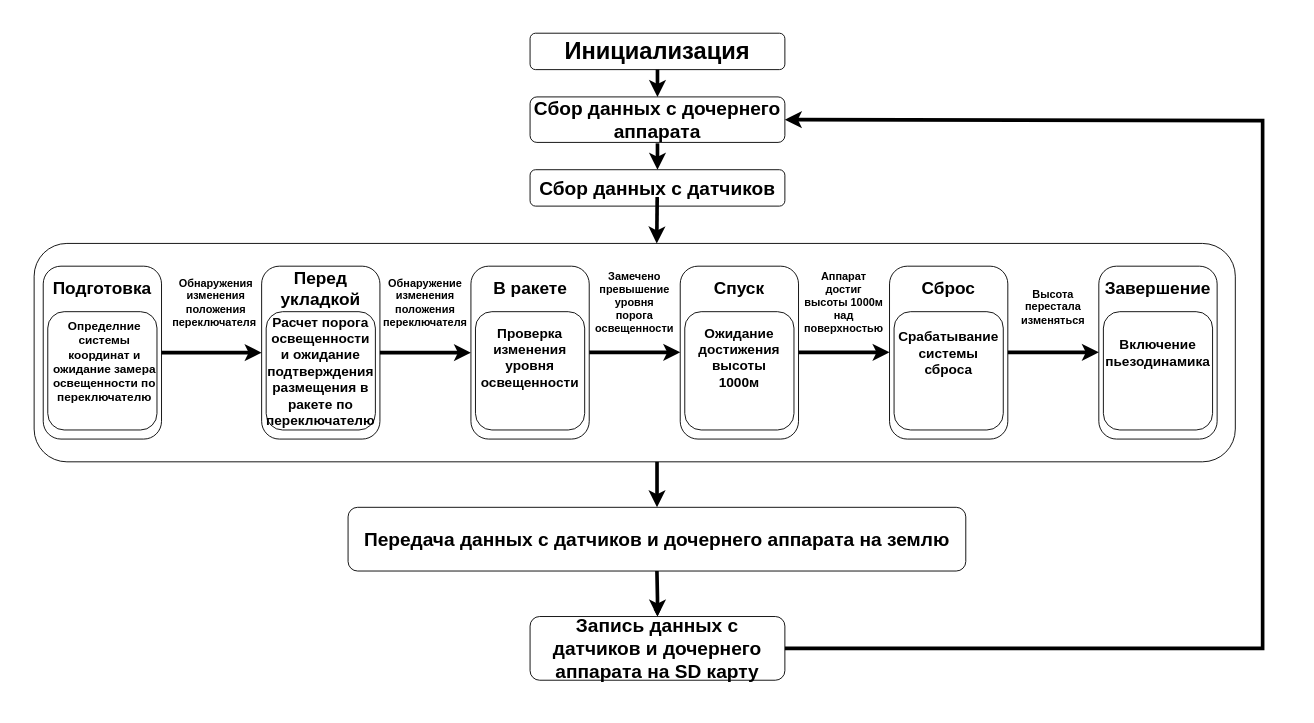
Above: doc/алгоритм работы аппарата ма.drawio in cansat-tsniimash/cansat-KNPN-S (draw.io), before the change. Source tidied: cells renumbered, new cells numbered last; positions are measured from the earlier drawing's top-left corner, leaving out a move shared by most shapes. Both pictures are drawn from the tidied source at 91%, with x=0, y=0 at pixel (15, 15).
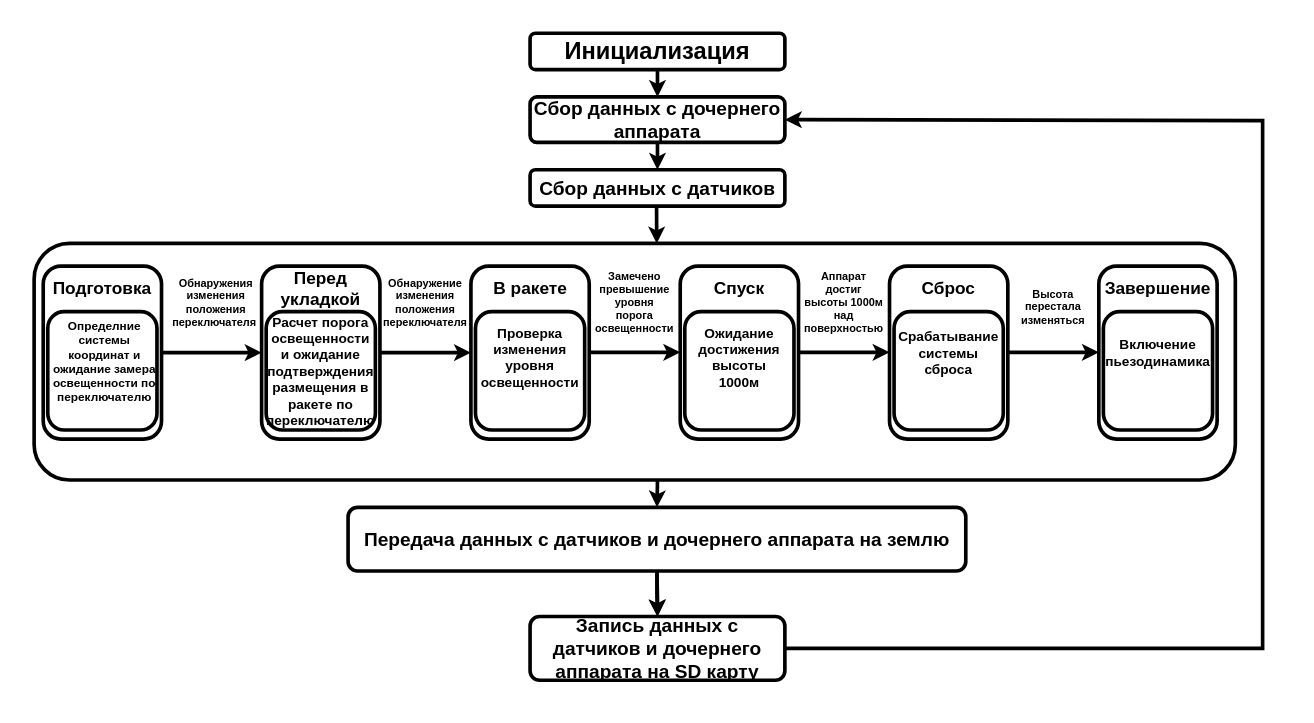
The same diagram, later.

What changed in the source:
```diff
@@
-    <mxCell id="2" style="rounded=1;whiteSpace=wrap;html=1;fillColor=#ffffff;strokeColor=none;strokeWidth=11;" parent="1" vertex="1">
-      <mxGeometry width="1410" height="760" as="geometry" />
-    </mxCell>
-    <mxCell id="3" style="rounded=1;whiteSpace=wrap;html=1;fillColor=default;" parent="1" vertex="1">
+    <mxCell id="3" style="rounded=1;whiteSpace=wrap;html=1;fillColor=default;strokeWidth=4;" parent="1" vertex="1">
       <mxGeometry x="565" y="19" width="280" height="40" as="geometry" />
     </mxCell>
-    <mxCell id="4" value="&lt;b&gt;Инициализация&lt;/b&gt;" style="text;html=1;align=center;verticalAlign=middle;whiteSpace=wrap;rounded=0;fontSize=26;" parent="1" vertex="1">
+    <mxCell id="4" value="&lt;b&gt;Инициализация&lt;/b&gt;" style="text;html=1;align=center;verticalAlign=middle;whiteSpace=wrap;rounded=0;fontSize=26;strokeWidth=4;" parent="1" vertex="1">
       <mxGeometry x="675" y="24" width="60" height="30" as="geometry" />
     </mxCell>
-    <mxCell id="5" value="&lt;b&gt;&lt;font style=&quot;font-size: 21px;&quot;&gt;Сбор данных с дочернего аппарата&lt;/font&gt;&lt;/b&gt;" style="rounded=1;whiteSpace=wrap;html=1;fillColor=default;" parent="1" vertex="1">
+    <mxCell id="5" value="&lt;b&gt;&lt;font style=&quot;font-size: 21px;&quot;&gt;Сбор данных с дочернего аппарата&lt;/font&gt;&lt;/b&gt;" style="rounded=1;whiteSpace=wrap;html=1;fillColor=default;strokeWidth=4;" parent="1" vertex="1">
       <mxGeometry x="565" y="89" width="280" height="50" as="geometry" />
     </mxCell>
@@
-    <mxCell id="7" style="rounded=1;whiteSpace=wrap;html=1;fillColor=default;" parent="1" vertex="1">
-      <mxGeometry x="20" y="250" width="1320" height="240" as="geometry" />
+    <mxCell id="7" style="rounded=1;whiteSpace=wrap;html=1;fillColor=default;strokeWidth=4;" parent="1" vertex="1">
+      <mxGeometry x="20" y="250" width="1320" height="260" as="geometry" />
     </mxCell>
@@
-    <mxCell id="9" style="endArrow=classic;html=1;rounded=0;exitX=0.5;exitY=1;exitDx=0;exitDy=0;entryX=0.5;entryY=0;entryDx=0;entryDy=0;fontSize=15;strokeWidth=4;strokeColor=#000000;" parent="1" edge="1">
+    <mxCell id="9" style="endArrow=classic;html=1;rounded=0;entryX=0.5;entryY=0;entryDx=0;entryDy=0;fontSize=15;strokeWidth=4;strokeColor=#000000;" parent="1" edge="1">
       <mxGeometry relative="1" as="geometry">
-        <mxPoint x="704.5" y="490" as="sourcePoint" />
+        <mxPoint x="705" y="510" as="sourcePoint" />
         <mxPoint x="704.5" y="540" as="targetPoint" />
       </mxGeometry>
     </mxCell>
-    <mxCell id="10" style="edgeStyle=orthogonalEdgeStyle;rounded=0;jettySize=auto;html=1;" parent="1" edge="1" source="11" target="13">
+    <mxCell id="10" style="edgeStyle=orthogonalEdgeStyle;rounded=0;jettySize=auto;html=1;strokeWidth=4;" parent="1" edge="1" source="11" target="13">
       <mxGeometry relative="1" as="geometry" />
     </mxCell>
-    <mxCell id="11" value="&lt;span style=&quot;font-size: 21px;&quot;&gt;&lt;b&gt;Передача данных с датчиков и дочернего аппарата на землю&lt;/b&gt;&lt;/span&gt;" style="rounded=1;whiteSpace=wrap;html=1;fillColor=default;" parent="1" vertex="1">
+    <mxCell id="11" value="&lt;span style=&quot;font-size: 21px;&quot;&gt;&lt;b&gt;Передача данных с датчиков и дочернего аппарата на землю&lt;/b&gt;&lt;/span&gt;" style="rounded=1;whiteSpace=wrap;html=1;fillColor=default;strokeWidth=4;" parent="1" vertex="1">
       <mxGeometry x="365" y="540" width="678.8" height="70" as="geometry" />
     </mxCell>
@@
-    <mxCell id="13" value="&lt;b&gt;&lt;font style=&quot;font-size: 21px;&quot;&gt;Запись данных с датчиков и дочернего аппарата на SD карту&lt;/font&gt;&lt;/b&gt;" style="rounded=1;whiteSpace=wrap;html=1;fillColor=default;" parent="1" vertex="1">
+    <mxCell id="13" value="&lt;b&gt;&lt;font style=&quot;font-size: 21px;&quot;&gt;Запись данных с датчиков и дочернего аппарата на SD карту&lt;/font&gt;&lt;/b&gt;" style="rounded=1;whiteSpace=wrap;html=1;fillColor=default;strokeWidth=4;" parent="1" vertex="1">
       <mxGeometry x="565" y="660" width="280" height="70" as="geometry" />
     </mxCell>
@@
-    <mxCell id="15" style="rounded=1;whiteSpace=wrap;html=1;" parent="1" vertex="1">
+    <mxCell id="15" style="rounded=1;whiteSpace=wrap;html=1;strokeWidth=4;" parent="1" vertex="1">
       <mxGeometry x="270" y="275" width="130" height="190" as="geometry" />
     </mxCell>
-    <mxCell id="16" style="rounded=1;whiteSpace=wrap;html=1;" parent="1" vertex="1">
+    <mxCell id="16" style="rounded=1;whiteSpace=wrap;html=1;strokeWidth=4;" parent="1" vertex="1">
       <mxGeometry x="500" y="275" width="130" height="190" as="geometry" />
     </mxCell>
-    <mxCell id="17" style="rounded=1;whiteSpace=wrap;html=1;" parent="1" vertex="1">
+    <mxCell id="17" style="rounded=1;whiteSpace=wrap;html=1;strokeWidth=4;" parent="1" vertex="1">
       <mxGeometry x="730" y="275" width="130" height="190" as="geometry" />
     </mxCell>
-    <mxCell id="18" style="rounded=1;whiteSpace=wrap;html=1;" parent="1" vertex="1">
+    <mxCell id="18" style="rounded=1;whiteSpace=wrap;html=1;strokeWidth=4;" parent="1" vertex="1">
       <mxGeometry x="960" y="275" width="130" height="190" as="geometry" />
     </mxCell>
-    <mxCell id="19" value="Перед укладкой" style="text;html=1;align=center;verticalAlign=middle;whiteSpace=wrap;rounded=0;fontStyle=1;fontSize=19;" parent="1" vertex="1">
+    <mxCell id="19" value="Перед укладкой" style="text;html=1;align=center;verticalAlign=middle;whiteSpace=wrap;rounded=0;fontStyle=1;fontSize=19;strokeWidth=4;" parent="1" vertex="1">
       <mxGeometry x="305" y="285" width="60" height="30" as="geometry" />
     </mxCell>
-    <mxCell id="20" style="rounded=1;whiteSpace=wrap;html=1;" parent="1" vertex="1">
+    <mxCell id="20" style="rounded=1;whiteSpace=wrap;html=1;strokeWidth=4;" parent="1" vertex="1">
       <mxGeometry x="275" y="325" width="120" height="130" as="geometry" />
     </mxCell>
-    <mxCell id="21" value="В ракете" style="text;html=1;align=center;verticalAlign=middle;whiteSpace=wrap;rounded=0;fontStyle=1;fontSize=19;" parent="1" vertex="1">
+    <mxCell id="21" value="В ракете" style="text;html=1;align=center;verticalAlign=middle;whiteSpace=wrap;rounded=0;fontStyle=1;fontSize=19;strokeWidth=4;" parent="1" vertex="1">
       <mxGeometry x="517.5" y="285" width="95" height="30" as="geometry" />
     </mxCell>
-    <mxCell id="22" style="rounded=1;whiteSpace=wrap;html=1;" parent="1" vertex="1">
+    <mxCell id="22" style="rounded=1;whiteSpace=wrap;html=1;strokeWidth=4;" parent="1" vertex="1">
       <mxGeometry x="505" y="325" width="120" height="130" as="geometry" />
     </mxCell>
-    <mxCell id="23" style="rounded=1;whiteSpace=wrap;html=1;" parent="1" vertex="1">
+    <mxCell id="23" style="rounded=1;whiteSpace=wrap;html=1;strokeWidth=4;" parent="1" vertex="1">
       <mxGeometry x="735" y="325" width="120" height="130" as="geometry" />
     </mxCell>
-    <mxCell id="24" style="rounded=1;whiteSpace=wrap;html=1;" parent="1" vertex="1">
+    <mxCell id="24" style="rounded=1;whiteSpace=wrap;html=1;strokeWidth=4;" parent="1" vertex="1">
       <mxGeometry x="965" y="325" width="120" height="130" as="geometry" />
     </mxCell>
-    <mxCell id="25" value="Спуск" style="text;html=1;align=center;verticalAlign=middle;whiteSpace=wrap;rounded=0;fontStyle=1;fontSize=19;" parent="1" vertex="1">
+    <mxCell id="25" value="Спуск" style="text;html=1;align=center;verticalAlign=middle;whiteSpace=wrap;rounded=0;fontStyle=1;fontSize=19;strokeWidth=4;" parent="1" vertex="1">
       <mxGeometry x="765" y="285" width="60" height="30" as="geometry" />
     </mxCell>
-    <mxCell id="26" value="Сброс" style="text;html=1;align=center;verticalAlign=middle;whiteSpace=wrap;rounded=0;fontStyle=1;fontSize=19;" parent="1" vertex="1">
+    <mxCell id="26" value="Сброс" style="text;html=1;align=center;verticalAlign=middle;whiteSpace=wrap;rounded=0;fontStyle=1;fontSize=19;strokeWidth=4;" parent="1" vertex="1">
       <mxGeometry x="995" y="285" width="60" height="30" as="geometry" />
     </mxCell>
-    <mxCell id="27" style="rounded=1;whiteSpace=wrap;html=1;" parent="1" vertex="1">
+    <mxCell id="27" style="rounded=1;whiteSpace=wrap;html=1;strokeWidth=4;" parent="1" vertex="1">
       <mxGeometry x="1190" y="275" width="130" height="190" as="geometry" />
     </mxCell>
-    <mxCell id="28" style="rounded=1;whiteSpace=wrap;html=1;" parent="1" vertex="1">
+    <mxCell id="28" style="rounded=1;whiteSpace=wrap;html=1;strokeWidth=4;" parent="1" vertex="1">
       <mxGeometry x="1195" y="325" width="120" height="130" as="geometry" />
     </mxCell>
-    <mxCell id="29" value="Завершение" style="text;html=1;align=center;verticalAlign=middle;whiteSpace=wrap;rounded=0;fontStyle=1;fontSize=19;" parent="1" vertex="1">
+    <mxCell id="29" value="Завершение" style="text;html=1;align=center;verticalAlign=middle;whiteSpace=wrap;rounded=0;fontStyle=1;fontSize=19;strokeWidth=4;" parent="1" vertex="1">
       <mxGeometry x="1225" y="285" width="60" height="30" as="geometry" />
     </mxCell>
-    <mxCell id="30" value="&lt;font&gt;Расчет порога освещенности и&amp;nbsp;ожидание подтверждения размещения в ракете по переключателю&lt;/font&gt;" style="text;html=1;align=center;verticalAlign=middle;whiteSpace=wrap;rounded=0;fontStyle=1;fontSize=15;" parent="1" vertex="1">
+    <mxCell id="30" value="&lt;font&gt;Расчет порога освещенности и&amp;nbsp;ожидание подтверждения размещения в ракете по переключателю&lt;/font&gt;" style="text;html=1;align=center;verticalAlign=middle;whiteSpace=wrap;rounded=0;fontStyle=1;fontSize=15;strokeWidth=4;" parent="1" vertex="1">
       <mxGeometry x="295" y="370" width="80" height="40" as="geometry" />
     </mxCell>
-    <mxCell id="31" value="Проверка изменения уровня освещенности" style="text;html=1;align=center;verticalAlign=middle;whiteSpace=wrap;rounded=0;fontStyle=1;fontSize=15;" parent="1" vertex="1">
+    <mxCell id="31" value="Проверка изменения уровня освещенности" style="text;html=1;align=center;verticalAlign=middle;whiteSpace=wrap;rounded=0;fontStyle=1;fontSize=15;strokeWidth=4;" parent="1" vertex="1">
       <mxGeometry x="525" y="355" width="80" height="40" as="geometry" />
     </mxCell>
-    <mxCell id="32" value="Ожидание достижения высоты 1000м" style="text;html=1;align=center;verticalAlign=middle;whiteSpace=wrap;rounded=0;fontStyle=1;fontSize=15;" parent="1" vertex="1">
+    <mxCell id="32" value="Ожидание достижения высоты 1000м" style="text;html=1;align=center;verticalAlign=middle;whiteSpace=wrap;rounded=0;fontStyle=1;fontSize=15;strokeWidth=4;" parent="1" vertex="1">
       <mxGeometry x="755" y="355" width="80" height="40" as="geometry" />
     </mxCell>
-    <mxCell id="33" value="Срабатывание системы сброса" style="text;html=1;align=center;verticalAlign=middle;whiteSpace=wrap;rounded=0;fontStyle=1;fontSize=15;" parent="1" vertex="1">
+    <mxCell id="33" value="Срабатывание системы сброса" style="text;html=1;align=center;verticalAlign=middle;whiteSpace=wrap;rounded=0;fontStyle=1;fontSize=15;strokeWidth=4;" parent="1" vertex="1">
       <mxGeometry x="985" y="350" width="80" height="40" as="geometry" />
     </mxCell>
-    <mxCell id="34" value="Включение пьезодинамика" style="text;html=1;align=center;verticalAlign=middle;whiteSpace=wrap;rounded=0;fontStyle=1;fontSize=15;" parent="1" vertex="1">
+    <mxCell id="34" value="Включение пьезодинамика" style="text;html=1;align=center;verticalAlign=middle;whiteSpace=wrap;rounded=0;fontStyle=1;fontSize=15;strokeWidth=4;" parent="1" vertex="1">
       <mxGeometry x="1215" y="350" width="80" height="40" as="geometry" />
     </mxCell>
@@
-    <mxCell id="36" value="Обнаружение изменения положения переключателя" style="text;html=1;align=center;verticalAlign=middle;whiteSpace=wrap;rounded=0;fontStyle=1;fontSize=12;" parent="1" vertex="1">
+    <mxCell id="36" value="Обнаружение изменения положения переключателя" style="text;html=1;align=center;verticalAlign=middle;whiteSpace=wrap;rounded=0;fontStyle=1;fontSize=12;strokeWidth=4;" parent="1" vertex="1">
       <mxGeometry x="410" y="295" width="80" height="40" as="geometry" />
     </mxCell>
@@
-    <mxCell id="40" value="Замечено превышение уровня&lt;div&gt;порога освещенности&lt;/div&gt;" style="text;html=1;align=center;verticalAlign=middle;whiteSpace=wrap;rounded=0;fontStyle=1;fontSize=12;" parent="1" vertex="1">
+    <mxCell id="40" value="Замечено превышение уровня&lt;div&gt;порога освещенности&lt;/div&gt;" style="text;html=1;align=center;verticalAlign=middle;whiteSpace=wrap;rounded=0;fontStyle=1;fontSize=12;strokeWidth=4;" parent="1" vertex="1">
       <mxGeometry x="640" y="295" width="80" height="40" as="geometry" />
     </mxCell>
-    <mxCell id="41" value="Аппарат достиг высоты 1000м над поверхностью" style="text;html=1;align=center;verticalAlign=middle;whiteSpace=wrap;rounded=0;fontStyle=1;fontSize=12;" parent="1" vertex="1">
+    <mxCell id="41" value="Аппарат достиг высоты 1000м над поверхностью" style="text;html=1;align=center;verticalAlign=middle;whiteSpace=wrap;rounded=0;fontStyle=1;fontSize=12;strokeWidth=4;" parent="1" vertex="1">
       <mxGeometry x="870" y="295" width="80" height="40" as="geometry" />
     </mxCell>
-    <mxCell id="42" value="Высота перестала изменяться" style="text;html=1;align=center;verticalAlign=middle;whiteSpace=wrap;rounded=0;fontStyle=1;fontSize=12;" parent="1" vertex="1">
+    <mxCell id="42" value="Высота перестала изменяться" style="text;html=1;align=center;verticalAlign=middle;whiteSpace=wrap;rounded=0;fontStyle=1;fontSize=12;strokeWidth=4;" parent="1" vertex="1">
       <mxGeometry x="1100" y="300" width="80" height="40" as="geometry" />
     </mxCell>
-    <mxCell id="43" value="&lt;b&gt;&lt;font style=&quot;font-size: 21px;&quot;&gt;Сбор данных с датчиков&lt;/font&gt;&lt;/b&gt;" style="rounded=1;whiteSpace=wrap;html=1;fillColor=default;" parent="1" vertex="1">
+    <mxCell id="43" value="&lt;b&gt;&lt;font style=&quot;font-size: 21px;&quot;&gt;Сбор данных с датчиков&lt;/font&gt;&lt;/b&gt;" style="rounded=1;whiteSpace=wrap;html=1;fillColor=default;strokeWidth=4;" parent="1" vertex="1">
       <mxGeometry x="565" y="169" width="280" height="40" as="geometry" />
     </mxCell>
-    <mxCell id="44" style="endArrow=classic;html=1;rounded=0;exitX=0.5;exitY=1;exitDx=0;exitDy=0;fontSize=15;strokeWidth=4;strokeColor=#000000;entryX=0.56;entryY=0.004;entryDx=0;entryDy=0;entryPerimeter=0;" parent="1" edge="1">
+    <mxCell id="44" style="endArrow=classic;html=1;rounded=0;fontSize=15;strokeWidth=4;strokeColor=#000000;entryX=0.56;entryY=0.004;entryDx=0;entryDy=0;entryPerimeter=0;" parent="1" edge="1">
       <mxGeometry relative="1" as="geometry">
-        <mxPoint x="704.7" y="199" as="sourcePoint" />
+        <mxPoint x="704" y="210" as="sourcePoint" />
         <mxPoint x="704.2" y="250" as="targetPoint" />
       </mxGeometry>
     </mxCell>
-    <mxCell id="45" style="rounded=1;whiteSpace=wrap;html=1;" parent="1" vertex="1">
+    <mxCell id="45" style="rounded=1;whiteSpace=wrap;html=1;strokeWidth=4;" parent="1" vertex="1">
       <mxGeometry x="30" y="275" width="130" height="190" as="geometry" />
     </mxCell>
-    <mxCell id="46" value="Подготовка" style="text;html=1;align=center;verticalAlign=middle;whiteSpace=wrap;rounded=0;fontStyle=1;fontSize=19;" parent="1" vertex="1">
+    <mxCell id="46" value="Подготовка" style="text;html=1;align=center;verticalAlign=middle;whiteSpace=wrap;rounded=0;fontStyle=1;fontSize=19;strokeWidth=4;" parent="1" vertex="1">
       <mxGeometry x="65" y="285" width="60" height="30" as="geometry" />
     </mxCell>
-    <mxCell id="47" style="rounded=1;whiteSpace=wrap;html=1;" parent="1" vertex="1">
+    <mxCell id="47" style="rounded=1;whiteSpace=wrap;html=1;strokeWidth=4;" parent="1" vertex="1">
       <mxGeometry x="35" y="325" width="120" height="130" as="geometry" />
     </mxCell>
-    <mxCell id="48" value="Определние системы координат и ожидание замера освещенности по переключателю" style="text;html=1;align=center;verticalAlign=middle;whiteSpace=wrap;rounded=0;fontStyle=1;fontSize=13;" parent="1" vertex="1">
+    <mxCell id="48" value="Определние системы координат и ожидание замера освещенности по переключателю" style="text;html=1;align=center;verticalAlign=middle;whiteSpace=wrap;rounded=0;fontStyle=1;fontSize=13;strokeWidth=4;" parent="1" vertex="1">
       <mxGeometry x="35" y="357.5" width="125" height="45" as="geometry" />
     </mxCell>
@@
-    <mxCell id="50" value="Обнаружения изменения положения переключателя&amp;nbsp;" style="text;html=1;align=center;verticalAlign=middle;whiteSpace=wrap;rounded=0;fontStyle=1;fontSize=12;" parent="1" vertex="1">
+    <mxCell id="50" value="Обнаружения изменения положения переключателя&amp;nbsp;" style="text;html=1;align=center;verticalAlign=middle;whiteSpace=wrap;rounded=0;fontStyle=1;fontSize=12;strokeWidth=4;" parent="1" vertex="1">
       <mxGeometry x="180" y="295" width="80" height="40" as="geometry" />
     </mxCell>
-    <mxCell id="51" style="edgeStyle=orthogonalEdgeStyle;rounded=0;orthogonalLoop=1;jettySize=auto;html=1;exitX=0.5;exitY=1;exitDx=0;exitDy=0;" parent="1" edge="1" source="30" target="30">
+    <mxCell id="51" style="edgeStyle=orthogonalEdgeStyle;rounded=0;orthogonalLoop=1;jettySize=auto;html=1;exitX=0.5;exitY=1;exitDx=0;exitDy=0;strokeWidth=4;" parent="1" edge="1" source="30" target="30">
       <mxGeometry relative="1" as="geometry" />
     </mxCell>
```
